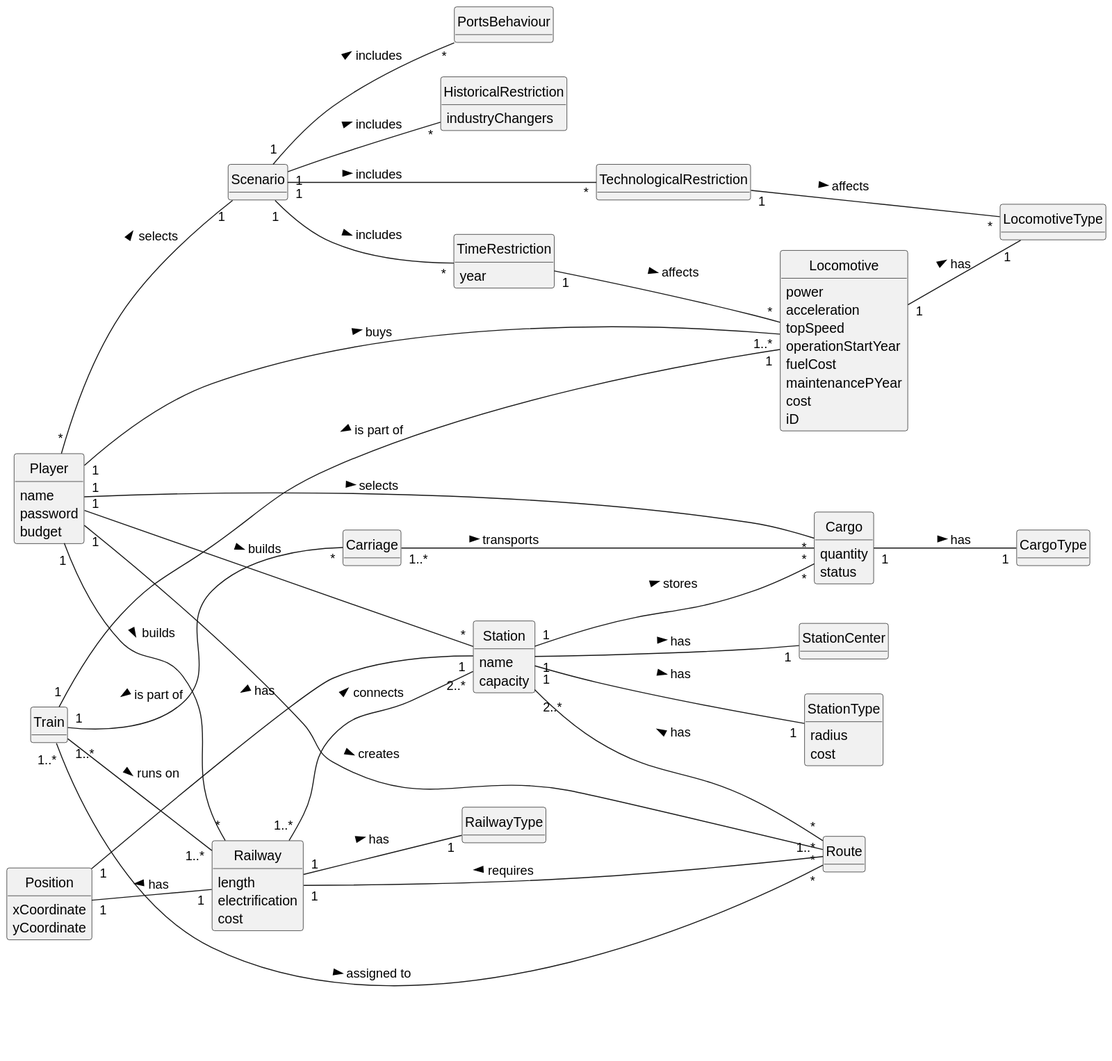
Above: Sprint2/US010/02.analysis/svg/US010-DM.svg in 1240935/pi2-railway-simulator (PlantUML), before the change.
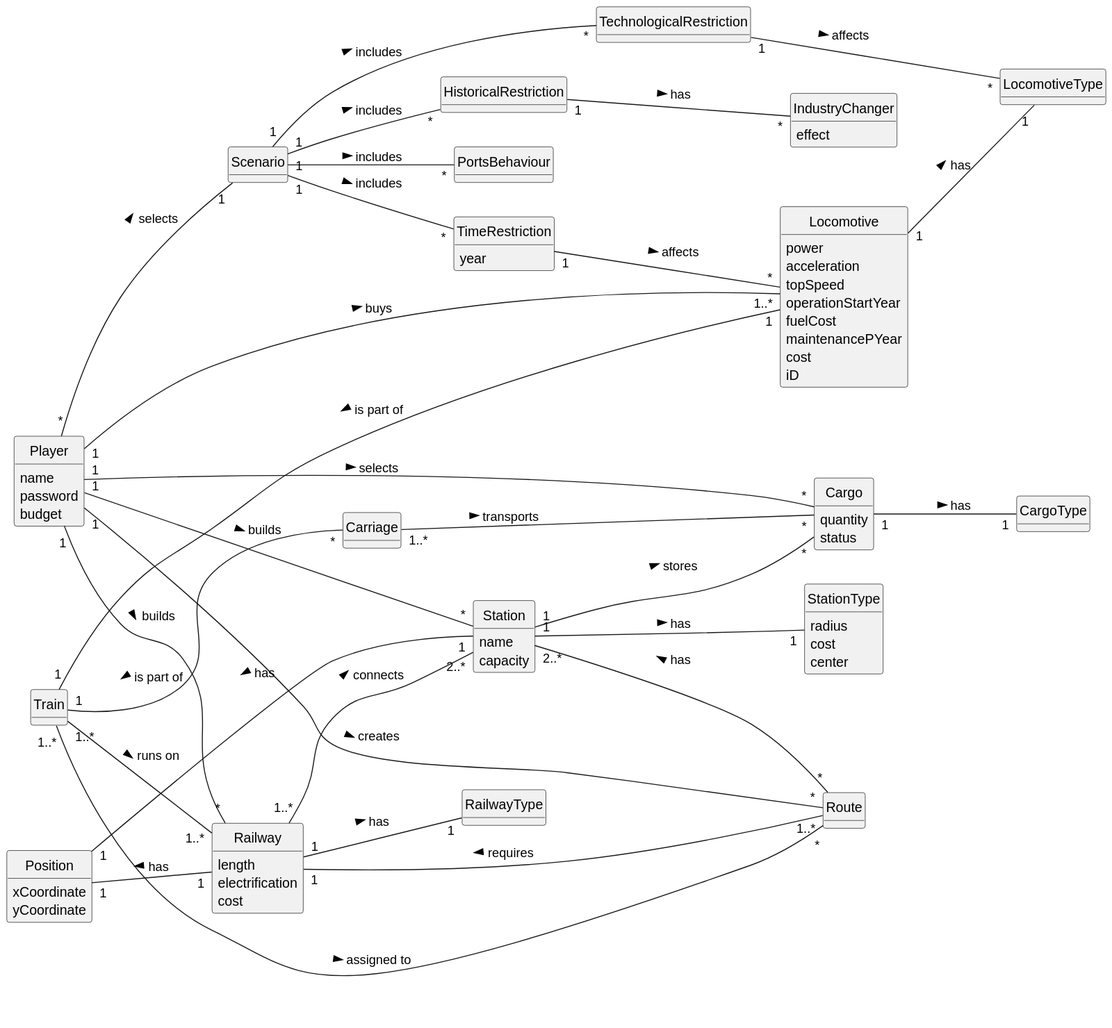
The same diagram one commit later.

The edit, as a diff of the source:
```diff
@@ -36,12 +36,10 @@
     capacity
 }
 
-class StationCenter{
-}
-
 class StationType{
     radius
     cost
+    center
 }
 
 class Cargo {
@@ -73,7 +71,6 @@
 }
 
 class HistoricalRestriction{
-    industryChangers
 }
 
 class TimeRestriction{
@@ -84,6 +81,10 @@
 }
 
 class PortsBehaviour{
+}
+
+class IndustryChanger{
+    effect
 }
 
 Player "*" -- "1" Scenario : selects >
@@ -100,6 +101,7 @@
 
 TimeRestriction "1" -- "*" Locomotive: affects >
 TechnologicalRestriction "1" -- "*" LocomotiveType: affects >
+HistoricalRestriction "1" -- "*" IndustryChanger: has >
 
 Position "1" -- "1" Station: has <
 Position "1" -- "1" Railway: has <
@@ -107,7 +109,6 @@
 Station "1" -- "*" Cargo : stores >
 Station "2..*" -- "*" Route: has <
 Station "1" -- "1" StationType: has >
-Station "1" -- "1" StationCenter: has >
 
 Locomotive "1" -- "1" LocomotiveType: has >
 
```
